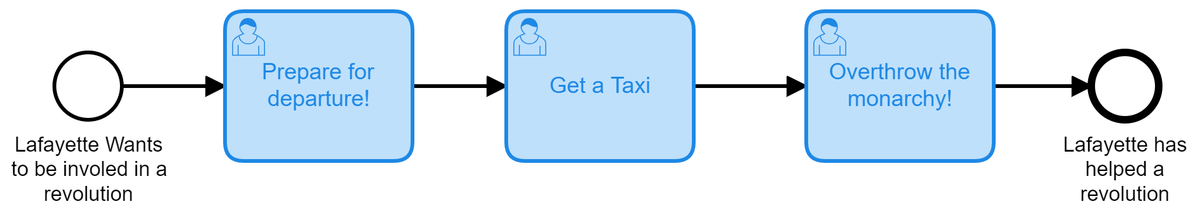
Earlier version of the BPMN export src/main/resources/images/LafayetteV1.png (camunda-community-hub/Camunda-7-Spring-Boot-Tutorial-Lafayette). Its source is kept beside it as src/main/resources/LafayetteV1.bpmn. Ids are renumbered.
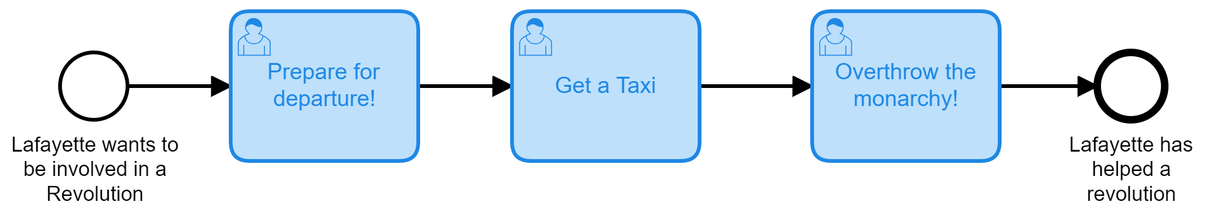
Later version of the same file.

What changed in the source:
```diff
@@ -1,6 +1,6 @@
 <bpmn:definitions xmlns:bpmn="http://www.omg.org/spec/BPMN/20100524/MODEL" xmlns:bpmndi="http://www.omg.org/spec/BPMN/20100524/DI" xmlns:dc="http://www.omg.org/spec/DD/20100524/DC" xmlns:di="http://www.omg.org/spec/DD/20100524/DI" xmlns:camunda="http://camunda.org/schema/1.0/bpmn" xmlns:bioc="http://bpmn.io/schema/bpmn/biocolor/1.0" id="Definitions_n1" targetNamespace="http://bpmn.io/schema/bpmn" exporter="Camunda Modeler" exporterVersion="4.8.0">
   <bpmn:process id="Lafayette-process-v1" name="Lafayette Version 1." isExecutable="true">
-    <bpmn:startEvent id="StartEvent_1" name="Lafayette Wants to be involed in a revolution">
+    <bpmn:startEvent id="StartEvent_1" name="Lafayette wants to be involved in a Revolution">
       <bpmn:outgoing>SequenceFlow_n2</bpmn:outgoing>
     </bpmn:startEvent>
     <bpmn:sequenceFlow id="SequenceFlow_n2" sourceRef="StartEvent_1" targetRef="Activity_n3" />
@@ -44,7 +44,7 @@
       <bpmndi:BPMNShape id="_BPMNShape_StartEvent_2" bpmnElement="StartEvent_1">
         <dc:Bounds x="179" y="99" width="36" height="36" />
         <bpmndi:BPMNLabel>
-          <dc:Bounds x="156" y="142" width="83" height="40" />
+          <dc:Bounds x="153" y="142" width="90" height="40" />
         </bpmndi:BPMNLabel>
       </bpmndi:BPMNShape>
       <bpmndi:BPMNShape id="EndEvent_n4_di" bpmnElement="EndEvent_n4">
```
